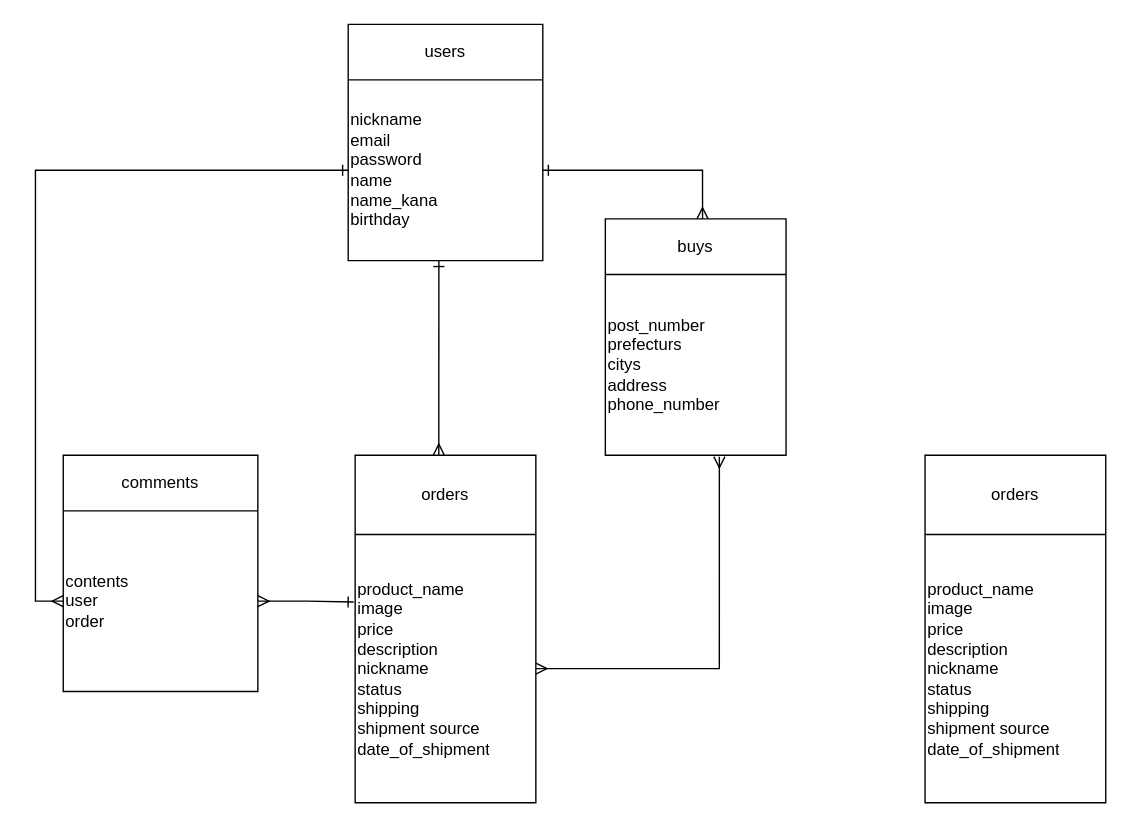
Before: frima.dio in sonolilis/frima-31938, a draw.io diagram. Source tidied: cells renumbered, new cells numbered last; positions are measured from the earlier drawing's top-left corner, leaving out a move shared by most shapes. Both pictures are drawn from the tidied source at 139%, with x=0, y=0 at pixel (63, 24).
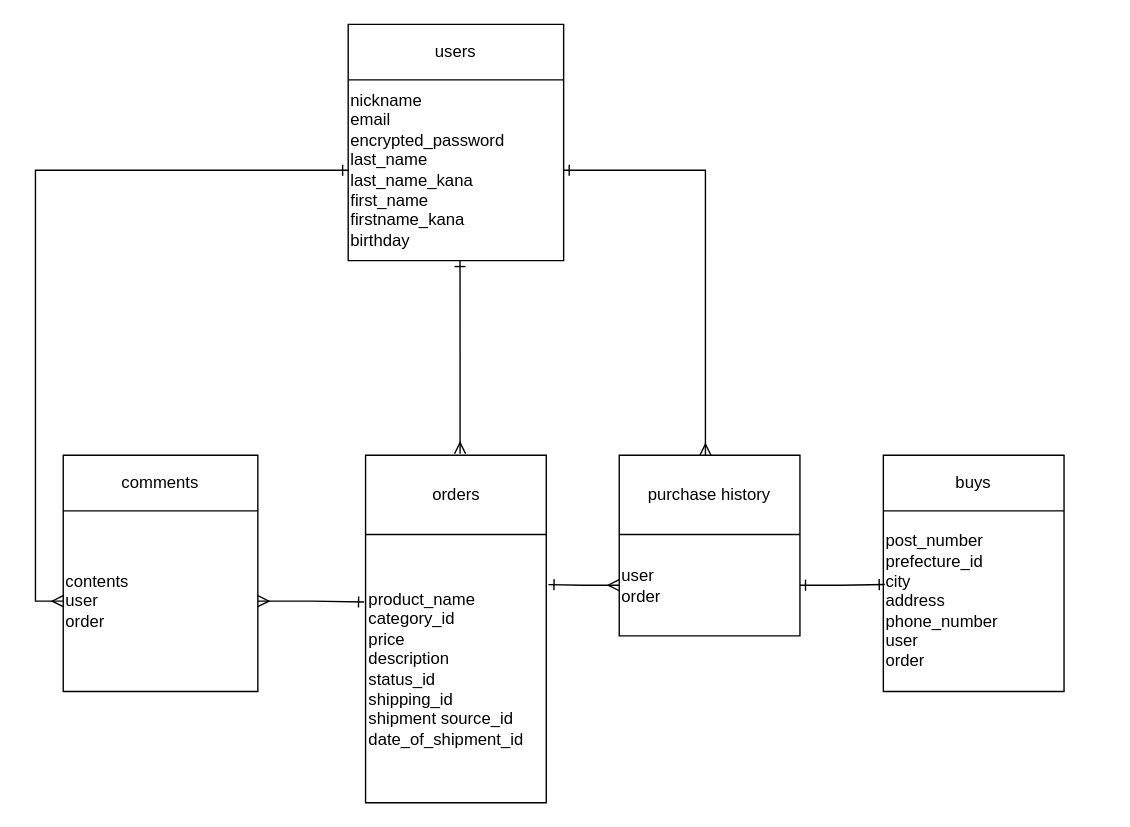
After the change.

Commit message (it also covers changes not shown here):
ER図とREADMEの修正2

The change refers to these unchanged cells:
```xml
<mxCell id="8" style="shape=partialRectangle;html=1;whiteSpace=wrap;fillColor=none;top=0;left=0;bottom=0;right=0;points=[[0,0.5],[1,0.5]];portConstraint=eastwest;" parent="7" vertex="1">
  <mxGeometry width="130" height="57" as="geometry" />
</mxCell>
<mxCell id="10" style="shape=partialRectangle;html=1;whiteSpace=wrap;fillColor=none;top=0;left=0;bottom=0;right=0;points=[[0,0.5],[1,0.5]];portConstraint=eastwest;" parent="7" vertex="1">
  <mxGeometry y="57" width="130" height="193" as="geometry" />
</mxCell>
<mxCell id="13" style="shape=partialRectangle;html=1;whiteSpace=wrap;fillColor=none;top=0;left=0;bottom=0;right=0;points=[[0,0.5],[1,0.5]];portConstraint=eastwest;" parent="12" vertex="1">
  <mxGeometry width="130" height="40" as="geometry" />
</mxCell>
<mxCell id="15" style="shape=partialRectangle;html=1;whiteSpace=wrap;fillColor=none;top=0;left=0;bottom=0;right=0;points=[[0,0.5],[1,0.5]];portConstraint=eastwest;" parent="12" vertex="1">
  <mxGeometry y="40" width="130" height="130" as="geometry" />
</mxCell>
<mxCell id="27" style="shape=partialRectangle;html=1;whiteSpace=wrap;fillColor=none;top=0;left=0;bottom=0;right=0;points=[[0,0.5],[1,0.5]];portConstraint=eastwest;" parent="26" vertex="1">
  <mxGeometry width="130" height="57" as="geometry" />
</mxCell>
```

Change to the diagram source:
```diff
@@
     <mxCell id="2" style="shape=table;html=1;whiteSpace=wrap;startSize=0;childLayout=tableLayout;" parent="1" vertex="1">
-      <mxGeometry x="205" width="140" height="170" as="geometry" />
+      <mxGeometry x="205" width="155" height="170" as="geometry" />
     </mxCell>
     <mxCell id="3" style="shape=partialRectangle;html=1;whiteSpace=wrap;fillColor=none;top=0;left=0;bottom=0;right=0;" parent="2" vertex="1">
-      <mxGeometry width="140" height="40" as="geometry" />
+      <mxGeometry width="155" height="40" as="geometry" />
     </mxCell>
     <mxCell id="4" value="users" style="shape=partialRectangle;html=1;whiteSpace=wrap;overflow=hidden;fillColor=none;top=0;left=0;bottom=0;right=0;" parent="3" vertex="1">
-      <mxGeometry width="140" height="40" as="geometry" />
+      <mxGeometry width="155" height="40" as="geometry" />
     </mxCell>
     <mxCell id="5" style="shape=partialRectangle;html=1;whiteSpace=wrap;fillColor=none;top=0;left=0;bottom=0;right=0;points=[[0,0.5],[1,0.5]];portConstraint=eastwest;" parent="2" vertex="1">
-      <mxGeometry y="40" width="140" height="130" as="geometry" />
+      <mxGeometry y="40" width="155" height="130" as="geometry" />
     </mxCell>
-    <mxCell id="6" value="nickname&lt;br&gt;email&lt;br&gt;password&lt;br&gt;name&lt;br&gt;name_kana&lt;br&gt;birthday" style="shape=partialRectangle;html=1;whiteSpace=wrap;overflow=hidden;fillColor=none;top=0;left=0;bottom=0;right=0;align=left;" parent="5" vertex="1">
-      <mxGeometry width="140" height="130" as="geometry" />
+    <mxCell id="6" value="nickname&lt;br&gt;email&lt;br&gt;encrypted_password&lt;br&gt;last_name&lt;br&gt;last_name_kana&lt;br&gt;first_name&lt;br&gt;firstname_kana&lt;br&gt;birthday" style="shape=partialRectangle;html=1;whiteSpace=wrap;overflow=hidden;fillColor=none;top=0;left=0;bottom=0;right=0;align=left;" parent="5" vertex="1">
+      <mxGeometry width="155" height="130" as="geometry" />
     </mxCell>
     <mxCell id="7" style="shape=table;html=1;whiteSpace=wrap;startSize=0;childLayout=tableLayout;" parent="1" vertex="1">
-      <mxGeometry x="210" y="310" width="130" height="250" as="geometry" />
+      <mxGeometry x="217.5" y="310" width="130" height="250" as="geometry" />
     </mxCell>
@@
-    <mxCell id="11" value="product_name&lt;br&gt;image&lt;br&gt;price&lt;br&gt;description&lt;br&gt;nickname&lt;br&gt;status&lt;br&gt;shipping&lt;br&gt;shipment source&lt;br&gt;date_of_shipment" style="shape=partialRectangle;html=1;whiteSpace=wrap;overflow=hidden;fillColor=none;top=0;left=0;bottom=0;right=0;align=left;" parent="10" vertex="1">
+    <mxCell id="11" value="product_name&lt;br&gt;category_id&lt;br&gt;price&lt;br&gt;description&lt;br&gt;status_id&lt;br&gt;shipping_id&lt;br&gt;shipment source_id&lt;br&gt;date_of_shipment_id" style="shape=partialRectangle;html=1;whiteSpace=wrap;overflow=hidden;fillColor=none;top=0;left=0;bottom=0;right=0;align=left;" parent="10" vertex="1">
       <mxGeometry width="130" height="193" as="geometry" />
     </mxCell>
     <mxCell id="12" style="shape=table;html=1;whiteSpace=wrap;startSize=0;childLayout=tableLayout;" parent="1" vertex="1">
-      <mxGeometry x="390" y="140" width="130" height="170" as="geometry" />
+      <mxGeometry x="590" y="310" width="130" height="170" as="geometry" />
     </mxCell>
@@
-    <mxCell id="16" value="post_number&lt;br&gt;prefecturs&lt;br&gt;citys&lt;br&gt;address&lt;br&gt;phone_number" style="shape=partialRectangle;html=1;whiteSpace=wrap;overflow=hidden;fillColor=none;top=0;left=0;bottom=0;right=0;align=left;" parent="15" vertex="1">
+    <mxCell id="16" value="post_number&lt;br&gt;prefecture_id&lt;br&gt;city&lt;br&gt;address&lt;br&gt;phone_number&lt;br&gt;user&lt;br&gt;order" style="shape=partialRectangle;html=1;whiteSpace=wrap;overflow=hidden;fillColor=none;top=0;left=0;bottom=0;right=0;align=left;" parent="15" vertex="1">
       <mxGeometry width="130" height="130" as="geometry" />
     </mxCell>
@@
-    <mxCell id="24" style="edgeStyle=orthogonalEdgeStyle;rounded=0;jettySize=auto;html=1;entryX=1;entryY=0.5;entryDx=0;entryDy=0;startArrow=ERmany;startFill=0;endArrow=ERone;endFill=0;strokeWidth=1;exitX=0.538;exitY=0;exitDx=0;exitDy=0;exitPerimeter=0;" parent="1" edge="1" source="13" target="5">
-      <mxGeometry relative="1" as="geometry" />
-    </mxCell>
-    <mxCell id="25" style="edgeStyle=orthogonalEdgeStyle;rounded=0;jettySize=auto;html=1;exitX=0.463;exitY=0;exitDx=0;exitDy=0;startArrow=ERmany;startFill=0;endArrow=ERone;endFill=0;strokeWidth=1;entryX=0.466;entryY=1.002;entryDx=0;entryDy=0;entryPerimeter=0;exitPerimeter=0;" parent="1" edge="1" source="8" target="5">
+    <mxCell id="25" style="edgeStyle=orthogonalEdgeStyle;rounded=0;jettySize=auto;html=1;exitX=0.523;exitY=-0.018;exitDx=0;exitDy=0;startArrow=ERmany;startFill=0;endArrow=ERone;endFill=0;strokeWidth=1;entryX=0.519;entryY=1.002;entryDx=0;entryDy=0;entryPerimeter=0;exitPerimeter=0;" parent="1" edge="1" source="8" target="5">
       <mxGeometry relative="1" as="geometry" />
     </mxCell>
     <mxCell id="26" style="shape=table;html=1;whiteSpace=wrap;startSize=0;childLayout=tableLayout;" parent="1" vertex="1">
-      <mxGeometry x="620" y="310" width="130" height="250" as="geometry" />
+      <mxGeometry x="400" y="310" width="130" height="130" as="geometry" />
     </mxCell>
@@
-    <mxCell id="28" value="orders" style="shape=partialRectangle;html=1;whiteSpace=wrap;overflow=hidden;fillColor=none;top=0;left=0;bottom=0;right=0;" parent="27" vertex="1">
+    <mxCell id="28" value="purchase history" style="shape=partialRectangle;html=1;whiteSpace=wrap;overflow=hidden;fillColor=none;top=0;left=0;bottom=0;right=0;" parent="27" vertex="1">
       <mxGeometry width="130" height="57" as="geometry" />
     </mxCell>
     <mxCell id="29" style="shape=partialRectangle;html=1;whiteSpace=wrap;fillColor=none;top=0;left=0;bottom=0;right=0;points=[[0,0.5],[1,0.5]];portConstraint=eastwest;" parent="26" vertex="1">
-      <mxGeometry y="57" width="130" height="193" as="geometry" />
+      <mxGeometry y="57" width="130" height="73" as="geometry" />
     </mxCell>
-    <mxCell id="30" value="product_name&lt;br&gt;image&lt;br&gt;price&lt;br&gt;description&lt;br&gt;nickname&lt;br&gt;status&lt;br&gt;shipping&lt;br&gt;shipment source&lt;br&gt;date_of_shipment" style="shape=partialRectangle;html=1;whiteSpace=wrap;overflow=hidden;fillColor=none;top=0;left=0;bottom=0;right=0;align=left;" parent="29" vertex="1">
-      <mxGeometry width="130" height="193" as="geometry" />
+    <mxCell id="30" value="user&lt;br&gt;order" style="shape=partialRectangle;html=1;whiteSpace=wrap;overflow=hidden;fillColor=none;top=0;left=0;bottom=0;right=0;align=left;" parent="29" vertex="1">
+      <mxGeometry width="130" height="73" as="geometry" />
     </mxCell>
-    <mxCell id="31" style="edgeStyle=orthogonalEdgeStyle;rounded=0;jettySize=auto;html=1;exitX=1;exitY=0.5;exitDx=0;exitDy=0;startArrow=ERmany;startFill=0;endArrow=ERmany;endFill=0;strokeWidth=1;entryX=0.631;entryY=1.008;entryDx=0;entryDy=0;entryPerimeter=0;" parent="1" edge="1" source="10" target="15">
+    <mxCell id="31" style="edgeStyle=orthogonalEdgeStyle;rounded=0;jettySize=auto;html=1;startArrow=ERone;startFill=0;endArrow=ERone;endFill=0;strokeWidth=1;entryX=0.008;entryY=0.408;entryDx=0;entryDy=0;entryPerimeter=0;exitX=1;exitY=0.5;exitDx=0;exitDy=0;" parent="1" edge="1" source="29" target="15">
       <mxGeometry relative="1" as="geometry" />
     </mxCell>
+    <mxCell id="32" style="edgeStyle=orthogonalEdgeStyle;rounded=0;jettySize=auto;html=1;exitX=1;exitY=0.5;exitDx=0;exitDy=0;entryX=0.477;entryY=0;entryDx=0;entryDy=0;entryPerimeter=0;startArrow=ERone;startFill=0;endArrow=ERmany;endFill=0;strokeWidth=1;" parent="1" edge="1" source="5" target="27">
+      <mxGeometry relative="1" as="geometry" />
+    </mxCell>
+    <mxCell id="33" style="edgeStyle=orthogonalEdgeStyle;rounded=0;jettySize=auto;html=1;exitX=0;exitY=0.5;exitDx=0;exitDy=0;entryX=1.012;entryY=0.187;entryDx=0;entryDy=0;entryPerimeter=0;endArrow=ERone;endFill=0;startArrow=ERmany;startFill=0;" parent="1" edge="1" source="29" target="10">
+      <mxGeometry relative="1" as="geometry" />
+    </mxCell>
```
